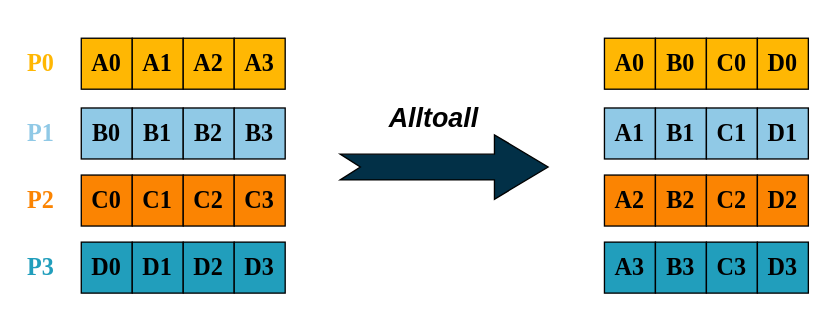
Earlier version of the draw.io export img/ch-mpi/alltoall.svg (godaai/scale-py-zh). Source tidied: cells renumbered, new cells last; positions are measured from the earlier drawing's top-left corner, leaving out a move shared by most shapes.
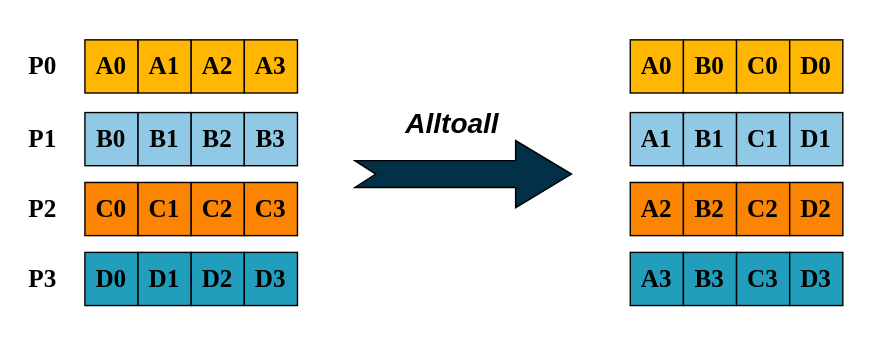
The same file after the commit.

What changed in the source:
```diff
@@ -5,16 +5,16 @@
     <mxCell id="2" style="rounded=0;whiteSpace=wrap;html=1;strokeColor=none;fillColor=none;" parent="1" vertex="1">
       <mxGeometry x="4" width="622" height="246" as="geometry" />
     </mxCell>
-    <mxCell id="3" value="&lt;font color=&quot;#ffb703&quot; style=&quot;font-size: 18px;&quot; face=&quot;Times New Roman&quot;&gt;&lt;b&gt;P0&lt;/b&gt;&lt;/font&gt;" style="text;html=1;strokeColor=none;fillColor=none;align=center;verticalAlign=middle;whiteSpace=wrap;rounded=0;" parent="1" vertex="1">
+    <mxCell id="3" value="&lt;font style=&quot;font-size: 18px;&quot; face=&quot;Times New Roman&quot;&gt;&lt;b&gt;P0&lt;/b&gt;&lt;/font&gt;" style="text;html=1;strokeColor=none;fillColor=none;align=center;verticalAlign=middle;whiteSpace=wrap;rounded=0;fontColor=#000000;" parent="1" vertex="1">
       <mxGeometry y="32" width="60" height="30" as="geometry" />
     </mxCell>
-    <mxCell id="4" value="&lt;font color=&quot;#90c9e6&quot; style=&quot;font-size: 18px;&quot; face=&quot;Times New Roman&quot;&gt;&lt;b&gt;P1&lt;/b&gt;&lt;/font&gt;" style="text;html=1;strokeColor=none;fillColor=none;align=center;verticalAlign=middle;whiteSpace=wrap;rounded=0;" parent="1" vertex="1">
+    <mxCell id="4" value="&lt;font style=&quot;font-size: 18px;&quot; face=&quot;Times New Roman&quot;&gt;&lt;b&gt;P1&lt;/b&gt;&lt;/font&gt;" style="text;html=1;strokeColor=none;fillColor=none;align=center;verticalAlign=middle;whiteSpace=wrap;rounded=0;fontColor=#000000;" parent="1" vertex="1">
       <mxGeometry y="84" width="60" height="30" as="geometry" />
     </mxCell>
-    <mxCell id="5" value="&lt;font color=&quot;#fb8402&quot; style=&quot;font-size: 18px;&quot; face=&quot;Times New Roman&quot;&gt;&lt;b&gt;P2&lt;/b&gt;&lt;/font&gt;" style="text;html=1;strokeColor=none;fillColor=none;align=center;verticalAlign=middle;whiteSpace=wrap;rounded=0;" parent="1" vertex="1">
+    <mxCell id="5" value="&lt;font style=&quot;font-size: 18px;&quot; face=&quot;Times New Roman&quot;&gt;&lt;b&gt;P2&lt;/b&gt;&lt;/font&gt;" style="text;html=1;strokeColor=none;fillColor=none;align=center;verticalAlign=middle;whiteSpace=wrap;rounded=0;fontColor=#000000;" parent="1" vertex="1">
       <mxGeometry y="134" width="60" height="30" as="geometry" />
     </mxCell>
-    <mxCell id="6" value="&lt;font color=&quot;#219ebc&quot; style=&quot;font-size: 18px;&quot; face=&quot;Times New Roman&quot;&gt;&lt;b&gt;P3&lt;/b&gt;&lt;/font&gt;" style="text;html=1;strokeColor=none;fillColor=none;align=center;verticalAlign=middle;whiteSpace=wrap;rounded=0;" parent="1" vertex="1">
+    <mxCell id="6" value="&lt;font style=&quot;font-size: 18px;&quot; face=&quot;Times New Roman&quot;&gt;&lt;b&gt;P3&lt;/b&gt;&lt;/font&gt;" style="text;html=1;strokeColor=none;fillColor=none;align=center;verticalAlign=middle;whiteSpace=wrap;rounded=0;fontColor=#000000;" parent="1" vertex="1">
       <mxGeometry y="184" width="60" height="30" as="geometry" />
     </mxCell>
     <mxCell id="7" style="html=1;shadow=0;dashed=0;align=center;verticalAlign=middle;shape=mxgraph.arrows2.arrow;dy=0.6;dx=40;notch=15;fillColor=#023047;" parent="1" vertex="1">
```
